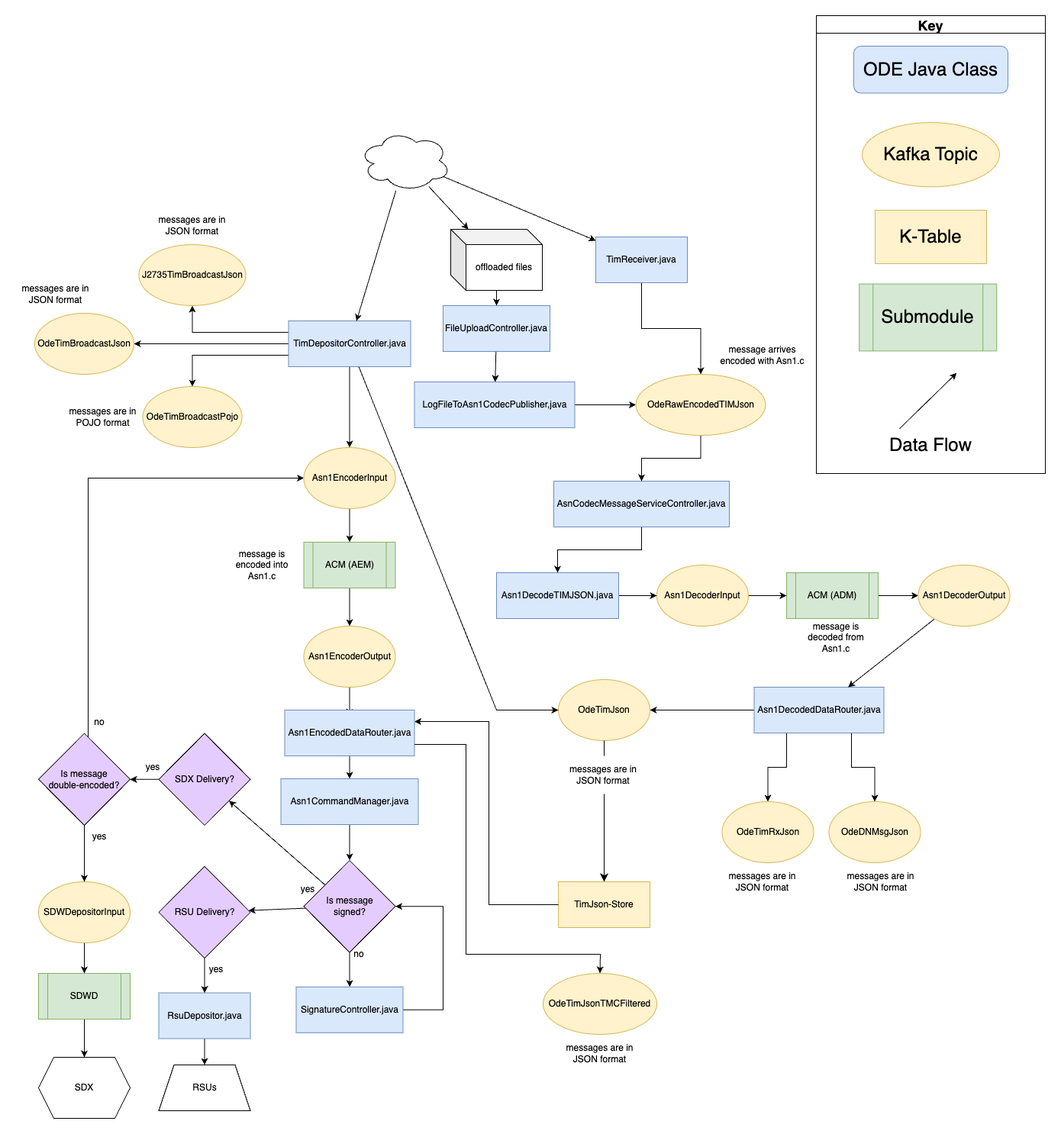
Earlier version of the draw.io export docs/data-flow-diagrams/tim/TIM Data Flow.drawio.png (usdot-jpo-ode/jpo-ode). Source tidied: cells renumbered, new cells last; positions are measured from the earlier drawing's top-left corner, leaving out a move shared by most shapes.
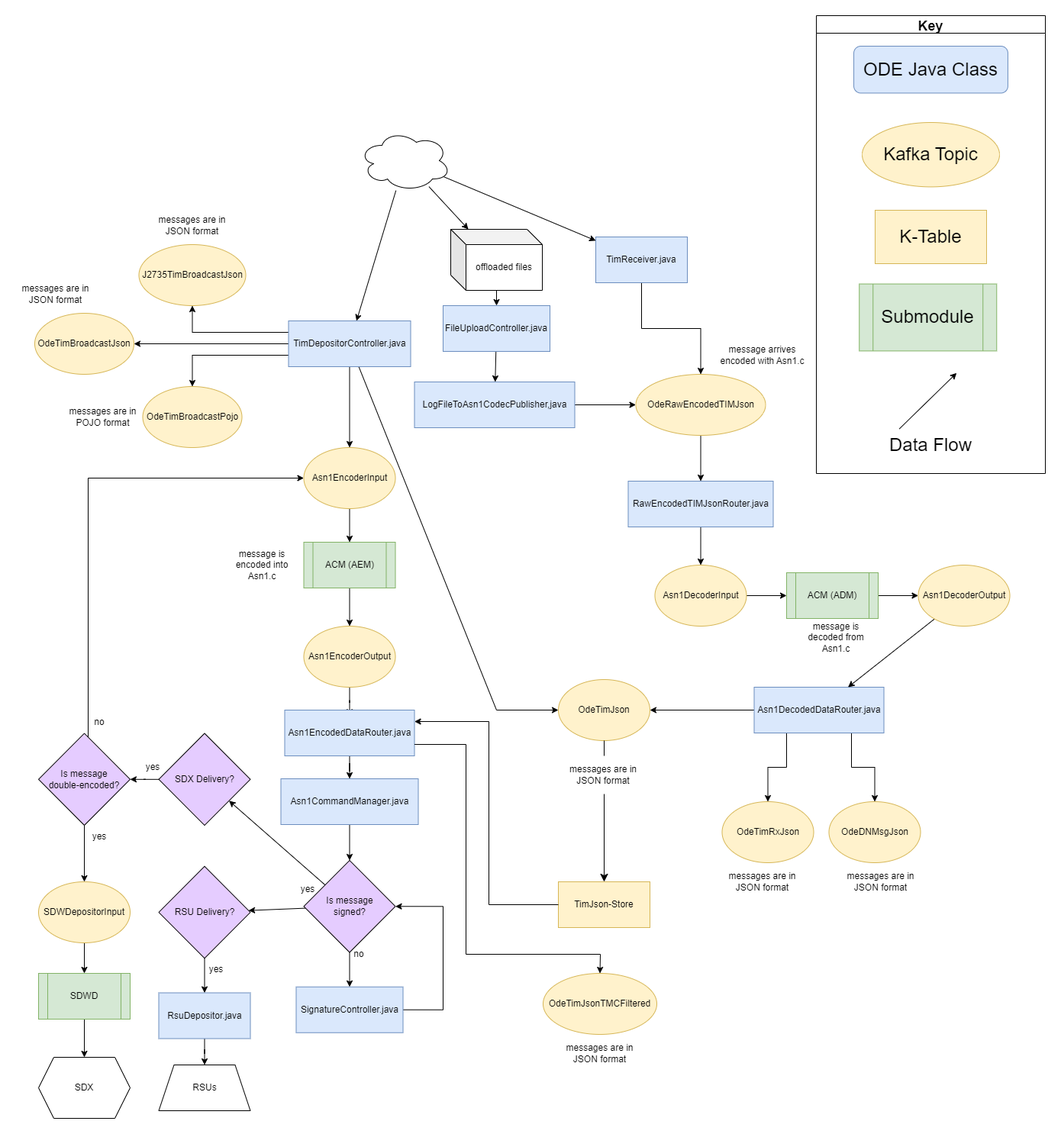
After the commit.

What changed in the source:
```diff
@@ -20,17 +20,11 @@
     <mxCell id="7" value="ACM (ADM)" style="shape=process;whiteSpace=wrap;html=1;backgroundOutline=1;fillColor=#d5e8d4;strokeColor=#82b366;" parent="1" vertex="1">
       <mxGeometry x="1010" y="730" width="120" height="60" as="geometry" />
     </mxCell>
-    <mxCell id="8" style="edgeStyle=orthogonalEdgeStyle;rounded=0;jettySize=auto;html=1;" parent="1" edge="1" source="9" target="19">
-      <mxGeometry relative="1" as="geometry" />
-    </mxCell>
-    <mxCell id="9" value="AsnCodecMessageServiceController.java" style="rounded=0;whiteSpace=wrap;html=1;fillColor=#dae8fc;strokeColor=#6c8ebf;" parent="1" vertex="1">
-      <mxGeometry x="705" y="610" width="230" height="60" as="geometry" />
-    </mxCell>
     <mxCell id="10" style="edgeStyle=orthogonalEdgeStyle;rounded=0;jettySize=auto;html=1;entryX=0;entryY=0.5;entryDx=0;entryDy=0;" parent="1" edge="1" source="11" target="7">
       <mxGeometry relative="1" as="geometry" />
     </mxCell>
     <mxCell id="11" value="Asn1DecoderInput" style="ellipse;whiteSpace=wrap;html=1;fillColor=#fff2cc;strokeColor=#d6b656;" parent="1" vertex="1">
-      <mxGeometry x="840" y="720" width="120" height="80" as="geometry" />
+      <mxGeometry x="837.5" y="720" width="120" height="80" as="geometry" />
     </mxCell>
     <mxCell id="12" style="rounded=0;jettySize=auto;html=1;" parent="1" edge="1" source="13" target="5">
       <mxGeometry relative="1" as="geometry" />
@@ -44,17 +38,17 @@
     <mxCell id="15" value="TimReceiver.java" style="rounded=0;whiteSpace=wrap;html=1;fillColor=#dae8fc;strokeColor=#6c8ebf;" parent="1" vertex="1">
       <mxGeometry x="760" y="290" width="120" height="60" as="geometry" />
     </mxCell>
-    <mxCell id="16" style="edgeStyle=orthogonalEdgeStyle;rounded=0;jettySize=auto;html=1;" parent="1" edge="1" source="17" target="9">
+    <mxCell id="16" style="edgeStyle=orthogonalEdgeStyle;rounded=0;jettySize=auto;html=1;entryX=0.5;entryY=0;entryDx=0;entryDy=0;" parent="1" edge="1" source="17" target="19">
       <mxGeometry relative="1" as="geometry" />
     </mxCell>
     <mxCell id="17" value="OdeRawEncodedTIMJson" style="ellipse;whiteSpace=wrap;html=1;fillColor=#fff2cc;strokeColor=#d6b656;" parent="1" vertex="1">
       <mxGeometry x="812.5" y="470" width="170" height="80" as="geometry" />
     </mxCell>
-    <mxCell id="18" style="edgeStyle=orthogonalEdgeStyle;rounded=0;jettySize=auto;html=1;exitX=1;exitY=0.5;exitDx=0;exitDy=0;entryX=0;entryY=0.5;entryDx=0;entryDy=0;" parent="1" edge="1" source="19" target="11">
+    <mxCell id="18" style="edgeStyle=none;html=1;exitX=0.5;exitY=1;exitDx=0;exitDy=0;entryX=0.5;entryY=0;entryDx=0;entryDy=0;" parent="1" edge="1" source="19" target="11">
       <mxGeometry relative="1" as="geometry" />
     </mxCell>
-    <mxCell id="19" value="Asn1DecodeTIMJSON.java" style="rounded=0;whiteSpace=wrap;html=1;fillColor=#dae8fc;strokeColor=#6c8ebf;" parent="1" vertex="1">
-      <mxGeometry x="630" y="730" width="160" height="60" as="geometry" />
+    <mxCell id="19" value="RawEncodedTIMJsonRouter.java" style="rounded=0;whiteSpace=wrap;html=1;fillColor=#dae8fc;strokeColor=#6c8ebf;" parent="1" vertex="1">
+      <mxGeometry x="802.5" y="610" width="190" height="60" as="geometry" />
     </mxCell>
     <mxCell id="20" value="OdeDNMsgJson" style="ellipse;whiteSpace=wrap;html=1;fillColor=#fff2cc;strokeColor=#d6b656;" parent="1" vertex="1">
       <mxGeometry x="1065.5" y="1030" width="120" height="80" as="geometry" />
```
